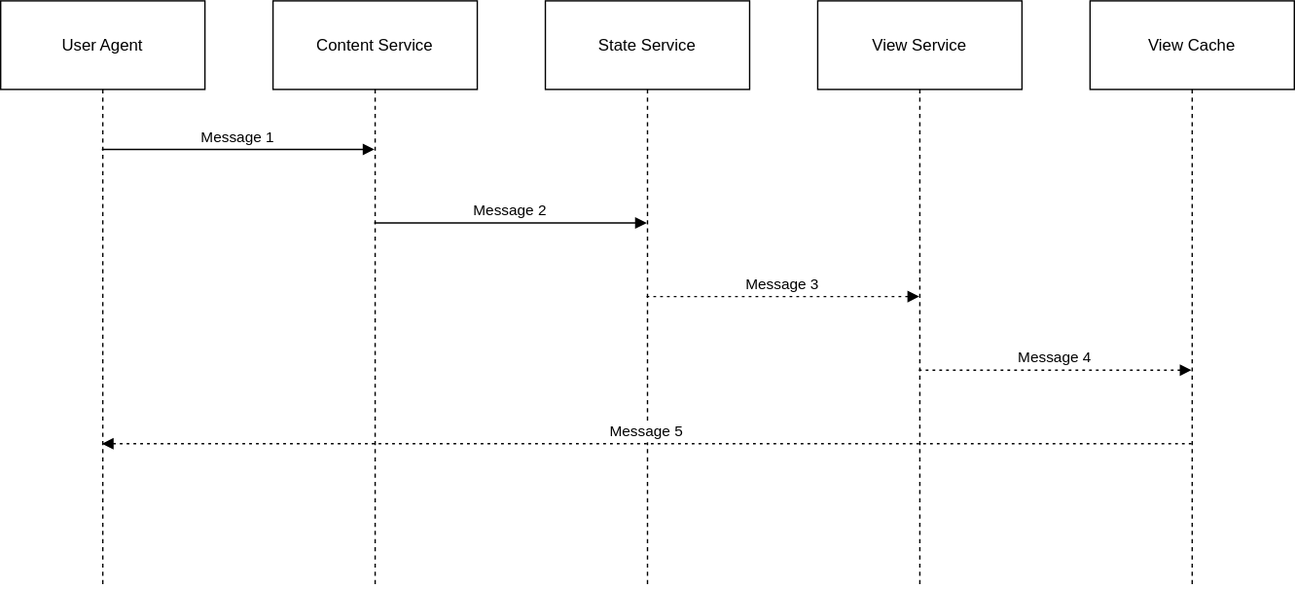
Before: api.drawio.svg, a diagram exported from draw.io (alter-kaker/pepper-docs). Source tidied: cells renumbered, new cells last; positions are measured from the earlier drawing's top-left corner, leaving out a move shared by most shapes.
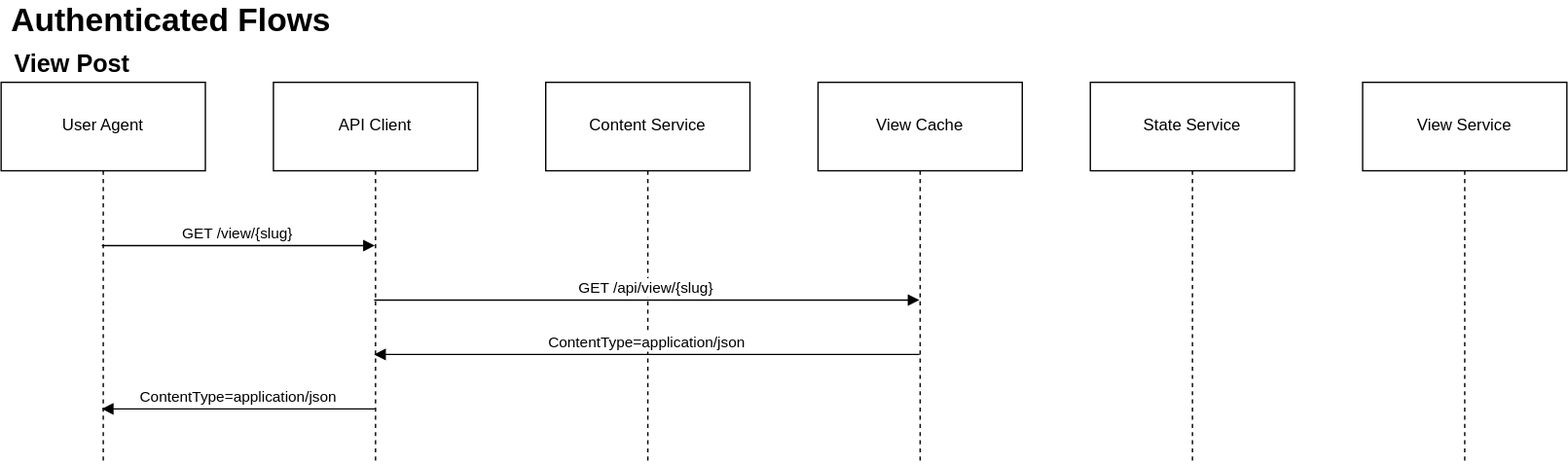
After the change.

Commit message:
diagram View Post

Diff of the diagram source:
```diff
@@ -2,55 +2,57 @@
   <root>
     <mxCell id="0" />
     <mxCell id="1" parent="0" />
-    <mxCell id="2" value="User Agent" style="shape=umlLifeline;perimeter=lifelinePerimeter;whiteSpace=wrap;outlineConnect=0;portConstraint=eastwest;newEdgeStyle={&quot;edgeStyle&quot;:&quot;elbowEdgeStyle&quot;,&quot;elbow&quot;:&quot;vertical&quot;,&quot;curved&quot;:0,&quot;rounded&quot;:0};size=65;" parent="1" vertex="1">
-      <mxGeometry width="150" height="430" as="geometry" />
+    <mxCell id="2" value="API Client" style="shape=umlLifeline;perimeter=lifelinePerimeter;whiteSpace=wrap;outlineConnect=0;portConstraint=eastwest;newEdgeStyle={&quot;edgeStyle&quot;:&quot;elbowEdgeStyle&quot;,&quot;elbow&quot;:&quot;vertical&quot;,&quot;curved&quot;:0,&quot;rounded&quot;:0};size=65;" parent="1" vertex="1">
+      <mxGeometry x="440" y="100" width="150" height="280" as="geometry" />
     </mxCell>
     <mxCell id="3" value="Content Service" style="shape=umlLifeline;perimeter=lifelinePerimeter;whiteSpace=wrap;outlineConnect=0;portConstraint=eastwest;newEdgeStyle={&quot;edgeStyle&quot;:&quot;elbowEdgeStyle&quot;,&quot;elbow&quot;:&quot;vertical&quot;,&quot;curved&quot;:0,&quot;rounded&quot;:0};size=65;" parent="1" vertex="1">
-      <mxGeometry x="200" width="150" height="430" as="geometry" />
+      <mxGeometry x="640" y="100" width="150" height="280" as="geometry" />
     </mxCell>
     <mxCell id="4" value="State Service" style="shape=umlLifeline;perimeter=lifelinePerimeter;whiteSpace=wrap;outlineConnect=0;portConstraint=eastwest;newEdgeStyle={&quot;edgeStyle&quot;:&quot;elbowEdgeStyle&quot;,&quot;elbow&quot;:&quot;vertical&quot;,&quot;curved&quot;:0,&quot;rounded&quot;:0};size=65;" parent="1" vertex="1">
-      <mxGeometry x="400" width="150" height="430" as="geometry" />
+      <mxGeometry x="1040" y="100" width="150" height="280" as="geometry" />
     </mxCell>
     <mxCell id="5" value="View Service" style="shape=umlLifeline;perimeter=lifelinePerimeter;whiteSpace=wrap;outlineConnect=0;portConstraint=eastwest;newEdgeStyle={&quot;edgeStyle&quot;:&quot;elbowEdgeStyle&quot;,&quot;elbow&quot;:&quot;vertical&quot;,&quot;curved&quot;:0,&quot;rounded&quot;:0};size=65;" parent="1" vertex="1">
-      <mxGeometry x="600" width="150" height="430" as="geometry" />
+      <mxGeometry x="1240" y="100" width="150" height="280" as="geometry" />
     </mxCell>
     <mxCell id="6" value="View Cache" style="shape=umlLifeline;perimeter=lifelinePerimeter;whiteSpace=wrap;outlineConnect=0;portConstraint=eastwest;newEdgeStyle={&quot;edgeStyle&quot;:&quot;elbowEdgeStyle&quot;,&quot;elbow&quot;:&quot;vertical&quot;,&quot;curved&quot;:0,&quot;rounded&quot;:0};size=65;" parent="1" vertex="1">
-      <mxGeometry x="800" width="150" height="430" as="geometry" />
+      <mxGeometry x="840" y="100" width="150" height="280" as="geometry" />
     </mxCell>
-    <mxCell id="7" value="Message 1" style="verticalAlign=bottom;endArrow=block;edgeStyle=elbowEdgeStyle;elbow=vertical;curved=0;rounded=0;" parent="1" edge="1" source="2" target="3">
+    <mxCell id="7" value="GET /view/{slug}" style="verticalAlign=bottom;endArrow=block;edgeStyle=elbowEdgeStyle;elbow=vertical;curved=0;rounded=0;" parent="1" edge="1" source="13" target="2">
       <mxGeometry relative="1" as="geometry">
         <Array as="points">
-          <mxPoint x="185" y="109" />
+          <mxPoint x="410" y="220" />
         </Array>
       </mxGeometry>
     </mxCell>
-    <mxCell id="8" value="Message 2" style="verticalAlign=bottom;endArrow=block;edgeStyle=elbowEdgeStyle;elbow=vertical;curved=0;rounded=0;" parent="1" edge="1" source="3" target="4">
+    <mxCell id="8" value="GET /api/view/{slug}" style="verticalAlign=bottom;endArrow=block;edgeStyle=elbowEdgeStyle;elbow=vertical;curved=0;rounded=0;" parent="1" edge="1" source="2" target="6">
       <mxGeometry relative="1" as="geometry">
         <Array as="points">
-          <mxPoint x="385" y="163" />
+          <mxPoint x="835" y="260" />
         </Array>
       </mxGeometry>
     </mxCell>
-    <mxCell id="9" value="Message 3" style="verticalAlign=bottom;endArrow=block;edgeStyle=elbowEdgeStyle;elbow=vertical;curved=0;rounded=0;dashed=1;dashPattern=2 3;" parent="1" edge="1" source="4" target="5">
-      <mxGeometry relative="1" as="geometry">
-        <Array as="points">
-          <mxPoint x="585" y="217" />
-        </Array>
-      </mxGeometry>
-    </mxCell>
-    <mxCell id="10" value="Message 4" style="verticalAlign=bottom;endArrow=block;edgeStyle=elbowEdgeStyle;elbow=vertical;curved=0;rounded=0;dashed=1;dashPattern=2 3;" parent="1" edge="1" source="5" target="6">
-      <mxGeometry relative="1" as="geometry">
-        <Array as="points">
-          <mxPoint x="785" y="271" />
-        </Array>
-      </mxGeometry>
-    </mxCell>
-    <mxCell id="11" value="Message 5" style="verticalAlign=bottom;endArrow=block;edgeStyle=elbowEdgeStyle;elbow=vertical;curved=0;rounded=0;dashed=1;dashPattern=2 3;" parent="1" edge="1" source="6" target="2">
+    <mxCell id="11" value="ContentType=application/json" style="verticalAlign=bottom;endArrow=block;edgeStyle=elbowEdgeStyle;elbow=vertical;curved=0;rounded=0;" parent="1" edge="1" source="6" target="2">
       <mxGeometry relative="1" as="geometry">
         <Array as="points">
-          <mxPoint x="485" y="325" />
+          <mxPoint x="710" y="300" />
         </Array>
       </mxGeometry>
     </mxCell>
+    <mxCell id="12" value="&lt;font style=&quot;font-size: 18px;&quot;&gt;View Post&lt;/font&gt;" style="text;html=1;strokeColor=none;fillColor=none;align=left;verticalAlign=middle;whiteSpace=wrap;rounded=0;fontStyle=1;spacing=10;fontSize=24;" parent="1" vertex="1">
+      <mxGeometry x="240" y="70" width="280" height="30" as="geometry" />
+    </mxCell>
+    <mxCell id="13" value="User Agent" style="shape=umlLifeline;perimeter=lifelinePerimeter;whiteSpace=wrap;outlineConnect=0;portConstraint=eastwest;newEdgeStyle={&quot;edgeStyle&quot;:&quot;elbowEdgeStyle&quot;,&quot;elbow&quot;:&quot;vertical&quot;,&quot;curved&quot;:0,&quot;rounded&quot;:0};size=65;" parent="1" vertex="1">
+      <mxGeometry x="240" y="100" width="150" height="280" as="geometry" />
+    </mxCell>
+    <mxCell id="14" value="Authenticated Flows" style="text;html=1;strokeColor=none;fillColor=none;align=center;verticalAlign=middle;whiteSpace=wrap;rounded=0;fontSize=24;fontStyle=1;" parent="1" vertex="1">
+      <mxGeometry x="240" y="40" width="250" height="30" as="geometry" />
+    </mxCell>
+    <mxCell id="15" value="ContentType=application/json" style="verticalAlign=bottom;endArrow=block;edgeStyle=elbowEdgeStyle;elbow=vertical;rounded=0;" parent="1" edge="1" source="2" target="13">
+      <mxGeometry relative="1" as="geometry">
+        <Array as="points">
+          <mxPoint x="410" y="340" />
+        </Array>
+      </mxGeometry>
+    </mxCell>
   </root>
 </mxGraphModel>
```
